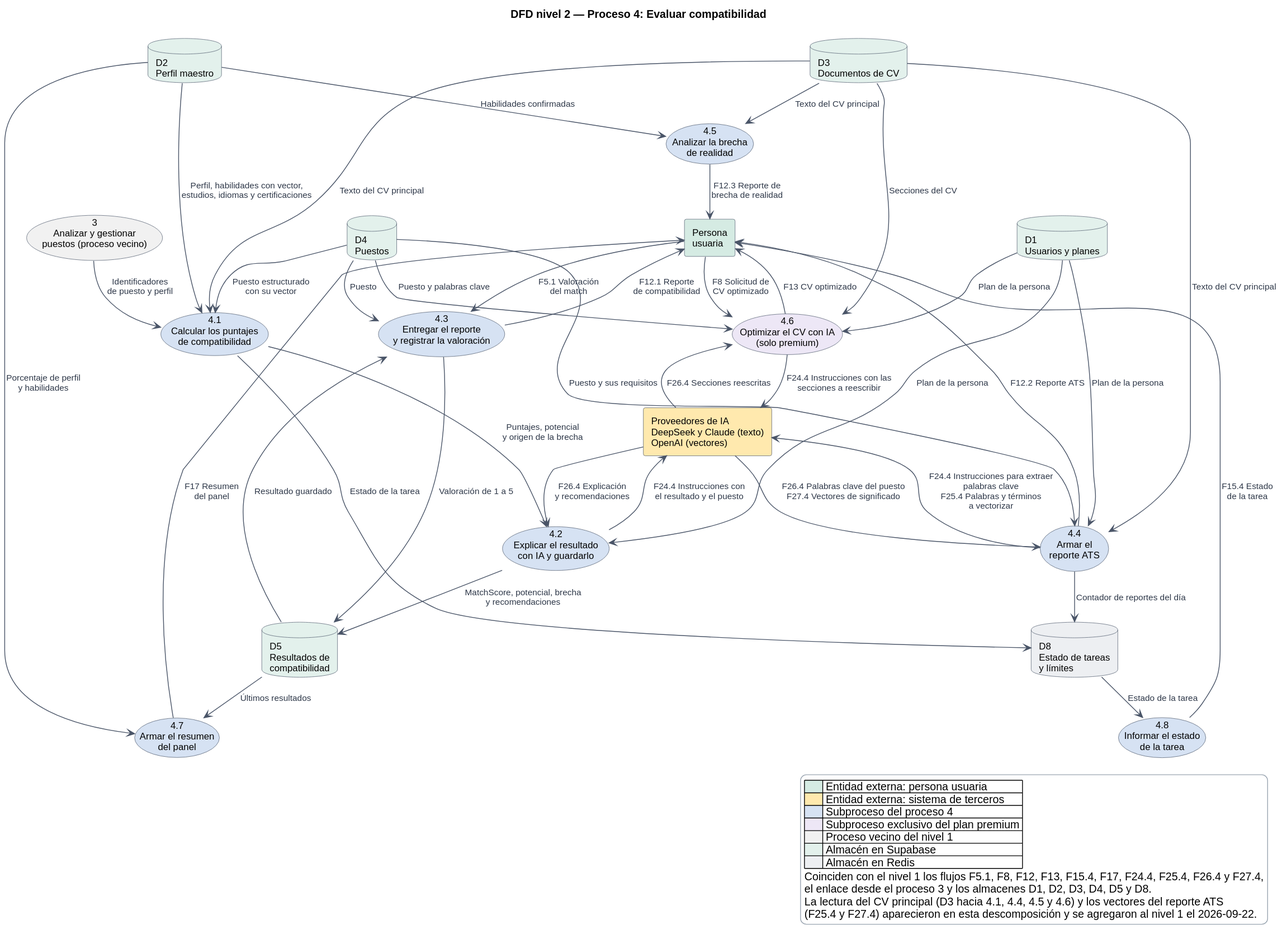
Above: docs/diagramas/dfd-nivel-2-proceso-4.svg in Buatishi/Jobby (PlantUML), before the change.
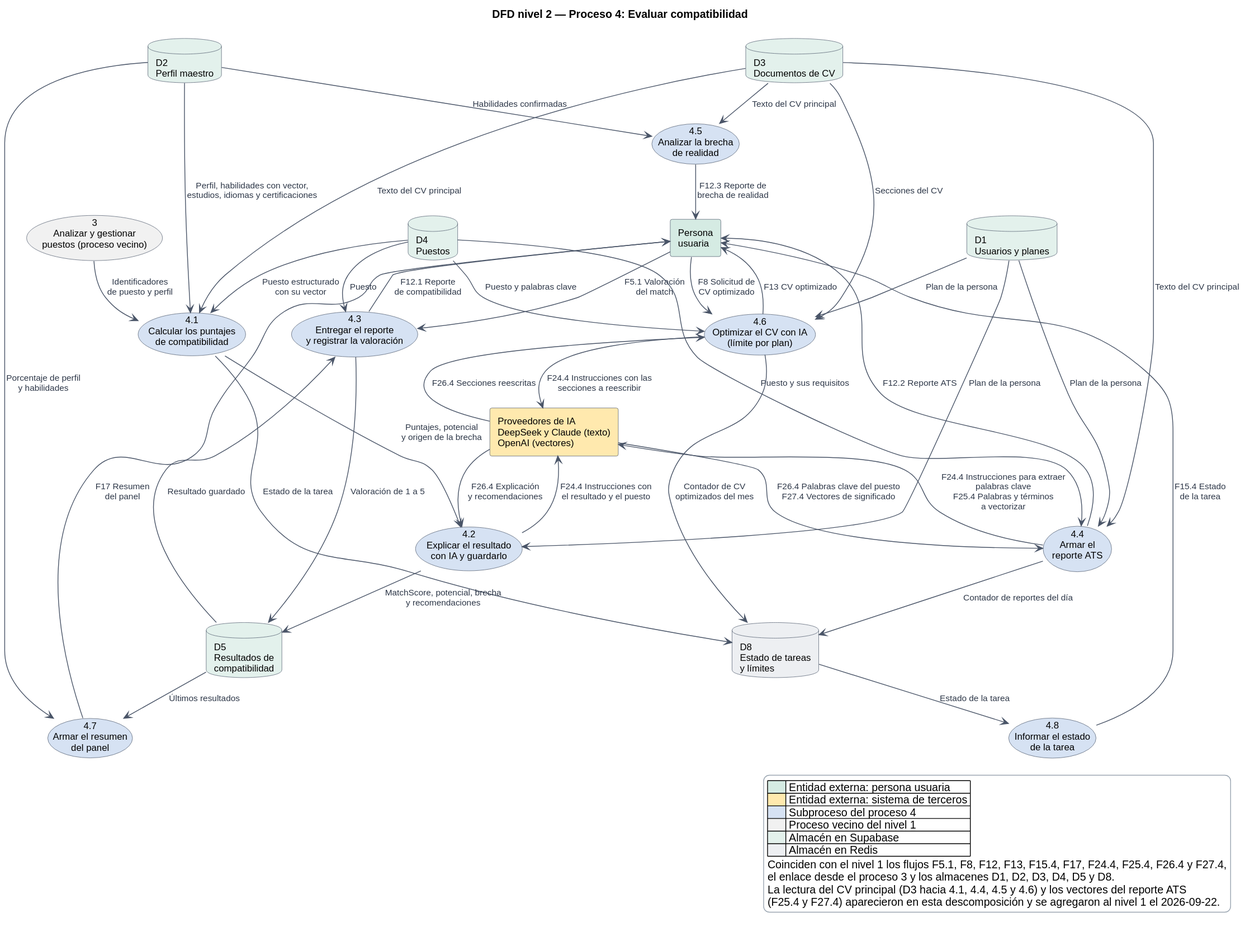
After the change.

Diff of the diagram source:
```diff
@@ -24,7 +24,7 @@
 usecase "4.3\nEntregar el reporte\ny registrar la valoración" as P43 #D6E2F3
 usecase "4.4\nArmar el\nreporte ATS" as P44 #D6E2F3
 usecase "4.5\nAnalizar la brecha\nde realidad" as P45 #D6E2F3
-usecase "4.6\nOptimizar el CV con IA\n(solo premium)" as P46 #EDE7F6
+usecase "4.6\nOptimizar el CV con IA\n(límite por plan)" as P46 #D6E2F3
 usecase "4.7\nArmar el resumen\ndel panel" as P47 #D6E2F3
 usecase "4.8\nInformar el estado\nde la tarea" as P48 #D6E2F3
 
@@ -69,6 +69,7 @@
 D1 --> P46 : Plan de la persona
 D3 --> P46 : Secciones del CV
 D4 --> P46 : Puesto y palabras clave
+P46 --> D8 : Contador de CV\noptimizados del mes
 P46 --> IA : F24.4 Instrucciones con las\nsecciones a reescribir
 IA --> P46 : F26.4 Secciones reescritas
 P46 --> U : F13 CV optimizado
@@ -84,7 +85,6 @@
   |<#D5EBE3>      | Entidad externa: persona usuaria |
   |<#FFE9AE>      | Entidad externa: sistema de terceros |
   |<#D6E2F3>      | Subproceso del proceso 4 |
-  |<#EDE7F6>      | Subproceso exclusivo del plan premium |
   |<#F1F1F1>      | Proceso vecino del nivel 1 |
   |<#E3F1EC>      | Almacén en Supabase |
   |<#EDEFF2>      | Almacén en Redis |
```
